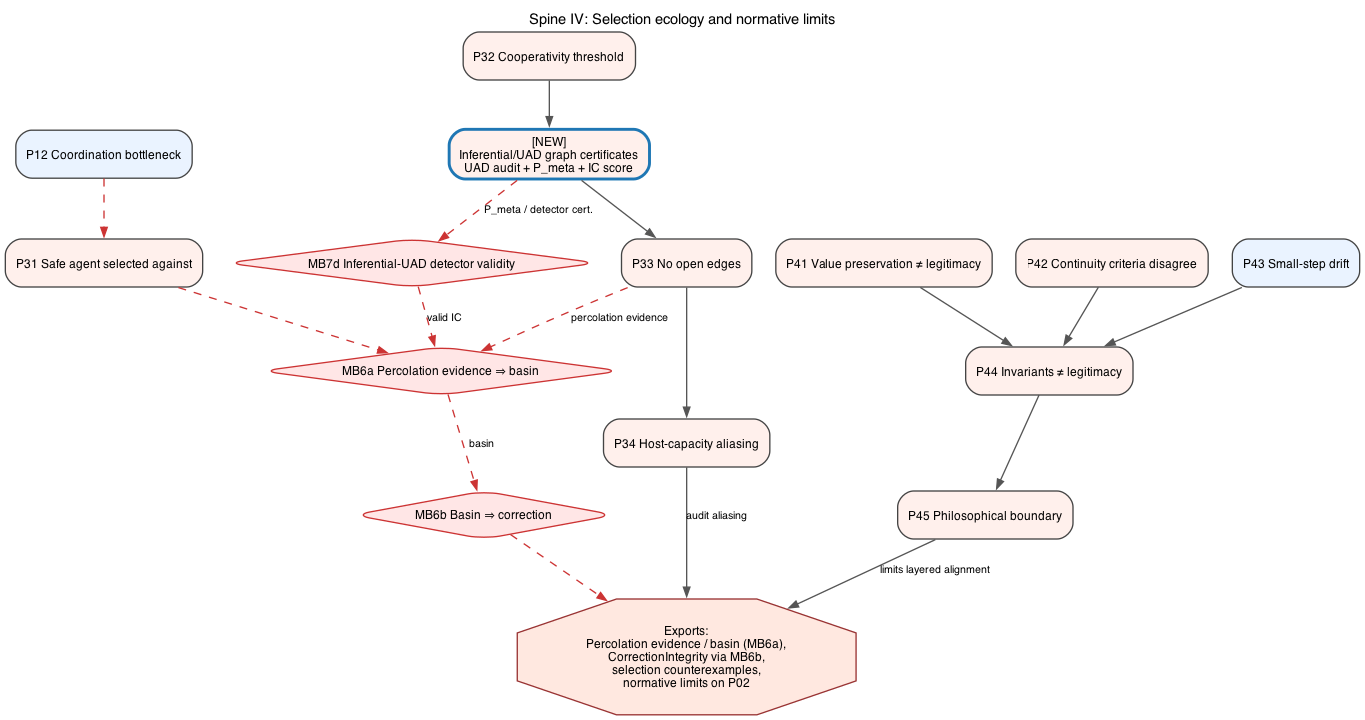
GunnarZarncke/towards-asi-alignment keeps this Graphviz diagram as figures/lean_proof/04-selection-limits.png. Above is the earlier version. Its source is kept beside it as context/lean_proof_graphs/04-selection-limits.dot.
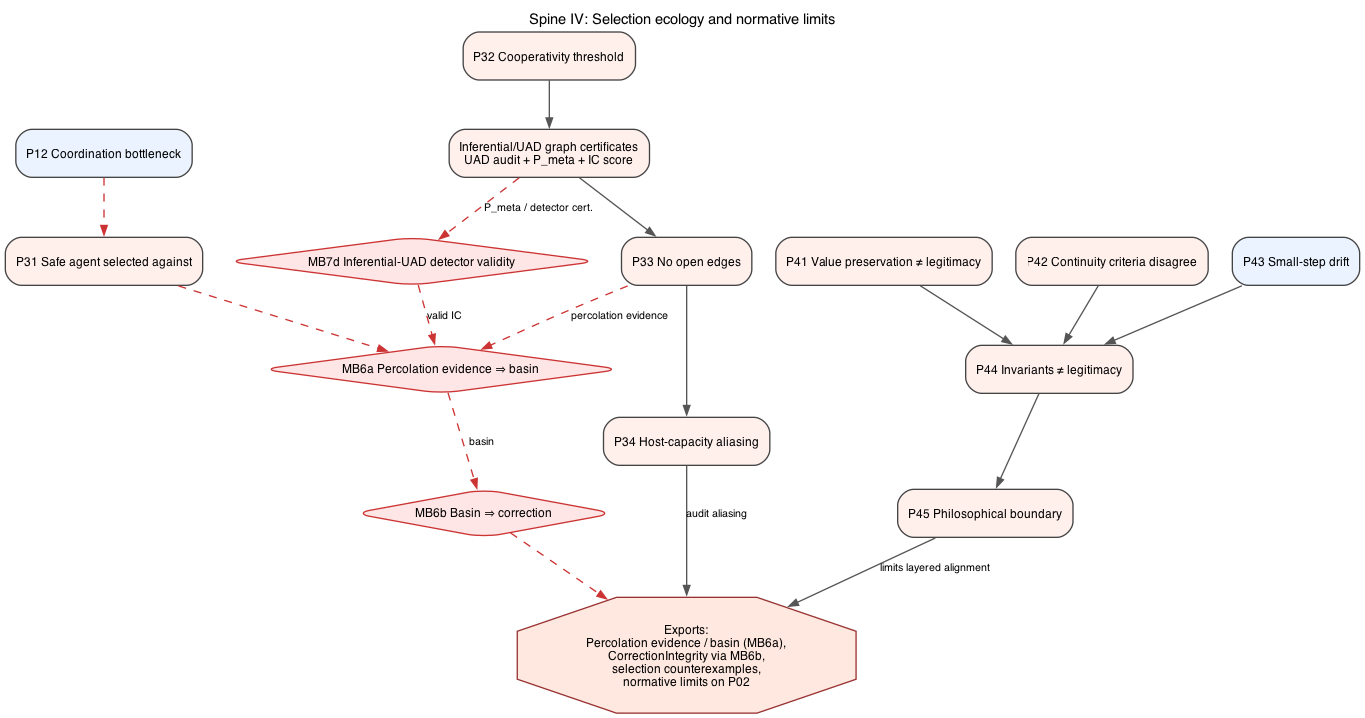
The same file after the commit.

Change to the diagram source:
```diff
@@ -15,7 +15,7 @@
   P12 [label="P12 Coordination bottleneck", fillcolor="#EAF3FF"];
   P31 [label="P31 Safe agent selected against", fillcolor="#FFF0EC"];
   P32 [label="P32 Cooperativity threshold", fillcolor="#FFF0EC"];
-  PAC [label="[NEW]\nInferential/UAD graph certificates\nUAD audit + P_meta + IC score", fillcolor="#FFF0EC", color="#1F77B4", penwidth=2.2];
+  PAC [label="Inferential/UAD graph certificates\nUAD audit + P_meta + IC score", fillcolor="#FFF0EC"];
   P33 [label="P33 No open edges", fillcolor="#FFF0EC"];
   P34 [label="P34 Host-capacity aliasing", fillcolor="#FFF0EC"];
   P41 [label="P41 Value preservation ≠ legitimacy", fillcolor="#FFF0EC"];
```
